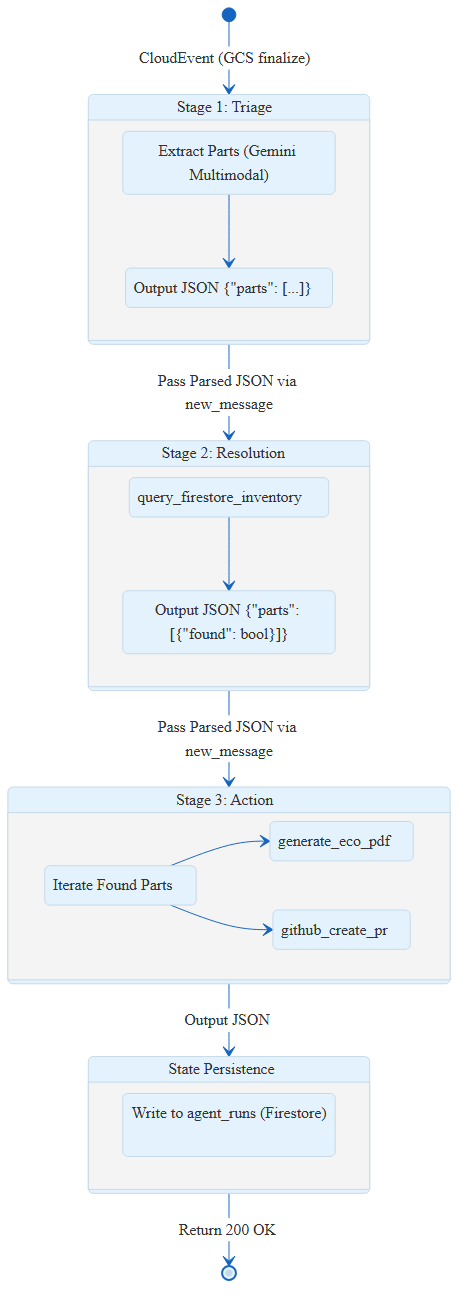
Earlier version of the Mermaid export docs/diagrams/multi-agent-flow.png (shawnsony07/pcn-orchestrator-2026). Its source is kept beside it as docs/diagrams/multi-agent-flow.mmd.
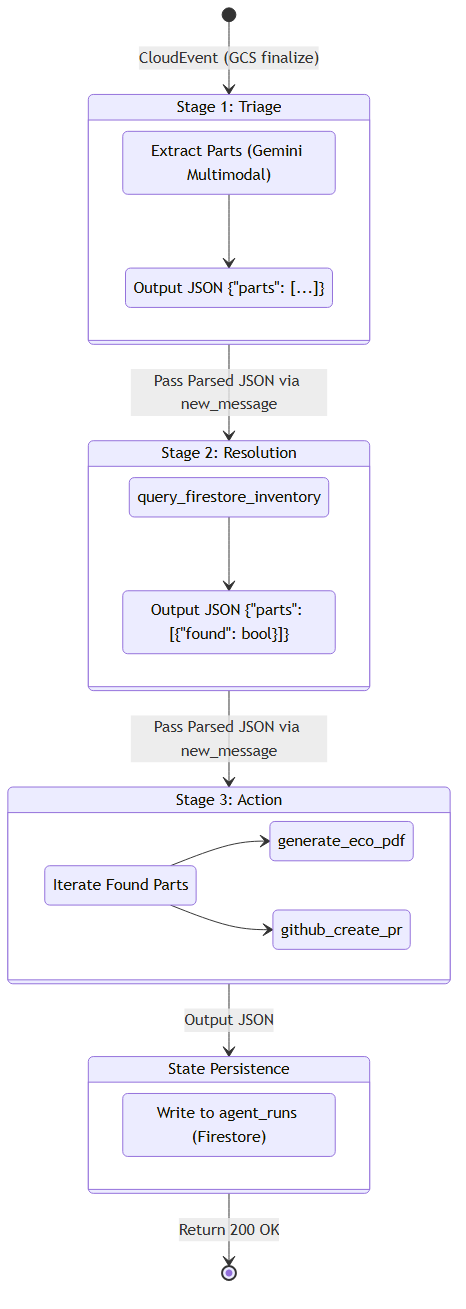
After the change.

Commit message:
docs: use default mermaid theme and render with white background

Diff of the diagram source:
```diff
@@ -1,4 +1,4 @@
-%%{init: {'theme': 'base', 'themeVariables': { 'primaryColor': '#E3F2FD', 'edgeLabelBackground':'#FFFFFF', 'tertiaryColor': '#F5F5F5', 'fontFamily': 'sans-serif', 'lineColor': '#1565C0'}}}%%
+%%{init: {'theme': 'default'}}%%
 stateDiagram-v2
     direction TB
 
```
